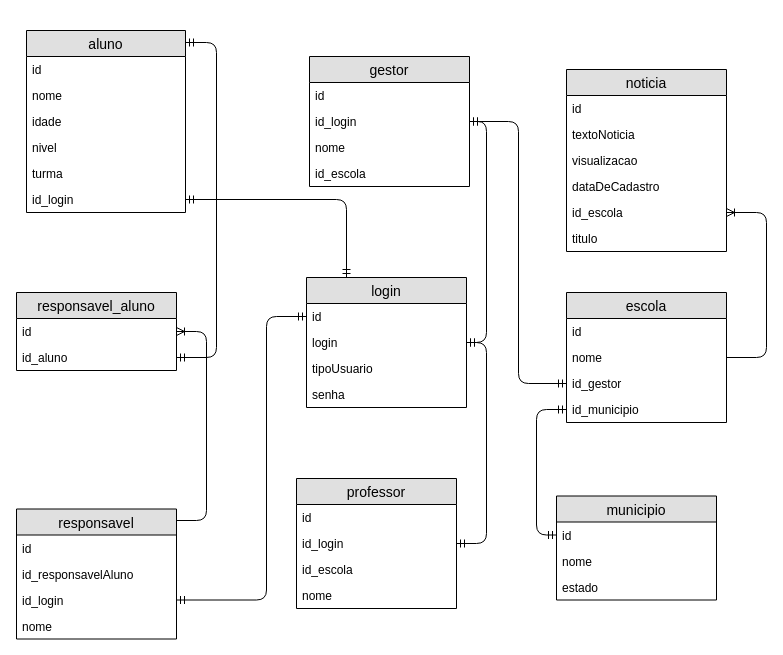
This is ModeloRelacional.drawio from juliaguardiani/diagramas, a draw.io file, before an edit. Source tidied: cells renumbered, new cells numbered last; positions are measured from the earlier drawing's top-left corner, leaving out a move shared by most shapes. Both pictures are drawn from the tidied source at 100%, with x=0, y=0 at pixel (16, 30).
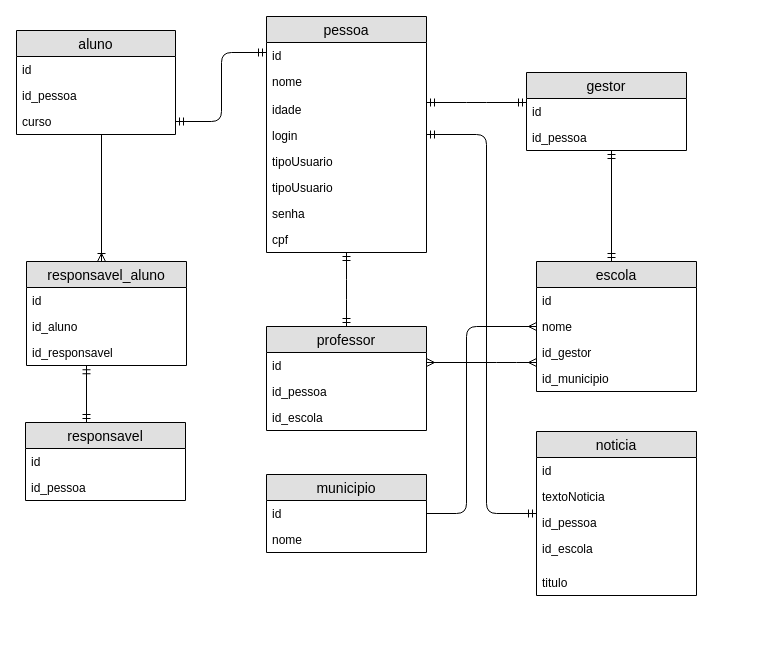
After the change.

The change refers to these unchanged cells:
```xml
<mxCell id="10" value="id_gestor" style="text;strokeColor=none;fillColor=none;spacingLeft=4;spacingRight=4;overflow=hidden;points=[[0,0.5],[1,0.5]];portConstraint=eastwest;fontSize=12;" parent="7" vertex="1">
  <mxGeometry y="78" width="160" height="26" as="geometry" />
</mxCell>
<mxCell id="11" value="id_municipio" style="text;strokeColor=none;fillColor=none;spacingLeft=4;spacingRight=4;overflow=hidden;points=[[0,0.5],[1,0.5]];portConstraint=eastwest;fontSize=12;" parent="7" vertex="1">
  <mxGeometry y="104" width="160" height="26" as="geometry" />
</mxCell>
<mxCell id="35" value="id" style="text;strokeColor=none;fillColor=none;spacingLeft=4;spacingRight=4;overflow=hidden;points=[[0,0.5],[1,0.5]];portConstraint=eastwest;fontSize=12;" parent="34" vertex="1">
  <mxGeometry y="26" width="160" height="26" as="geometry" />
</mxCell>
<mxCell id="39" value="id" style="text;strokeColor=none;fillColor=none;spacingLeft=4;spacingRight=4;overflow=hidden;points=[[0,0.5],[1,0.5]];portConstraint=eastwest;fontSize=12;" parent="38" vertex="1">
  <mxGeometry y="26" width="160" height="26" as="geometry" />
</mxCell>
<mxCell id="40" value="id_aluno" style="text;strokeColor=none;fillColor=none;spacingLeft=4;spacingRight=4;overflow=hidden;points=[[0,0.5],[1,0.5]];portConstraint=eastwest;fontSize=12;" parent="38" vertex="1">
  <mxGeometry y="52" width="160" height="26" as="geometry" />
</mxCell>
```

The edit, as a diff of the source:
```diff
@@
     <mxCell id="2" value="gestor" style="swimlane;fontStyle=0;horizontal=1;startSize=26;fillColor=#e0e0e0;swimlaneFillColor=#ffffff;align=center;fontSize=14;" parent="1" vertex="1">
-      <mxGeometry x="293" y="26" width="160" height="130" as="geometry" />
+      <mxGeometry x="510" y="42" width="160" height="78" as="geometry" />
     </mxCell>
@@
-    <mxCell id="4" value="id_login" style="text;strokeColor=none;fillColor=none;spacingLeft=4;spacingRight=4;overflow=hidden;points=[[0,0.5],[1,0.5]];portConstraint=eastwest;fontSize=12;" parent="2" vertex="1">
-      <mxGeometry y="52" width="160" height="26" as="geometry" />
-    </mxCell>
-    <mxCell id="5" value="nome" style="text;strokeColor=none;fillColor=none;spacingLeft=4;spacingRight=4;overflow=hidden;points=[[0,0.5],[1,0.5]];portConstraint=eastwest;fontSize=12;" parent="2" vertex="1">
-      <mxGeometry y="78" width="160" height="26" as="geometry" />
+    <mxCell id="5" value="id_pessoa" style="text;strokeColor=none;fillColor=none;spacingLeft=4;spacingRight=4;overflow=hidden;points=[[0,0.5],[1,0.5]];portConstraint=eastwest;fontSize=12;" parent="2" vertex="1">
+      <mxGeometry y="52" width="160" height="26" as="geometry" />
     </mxCell>
-    <mxCell id="6" value="id_escola" style="text;strokeColor=none;fillColor=none;spacingLeft=4;spacingRight=4;overflow=hidden;fontSize=12;" parent="2" vertex="1">
-      <mxGeometry y="104" width="160" height="26" as="geometry" />
-    </mxCell>
     <mxCell id="7" value="escola" style="swimlane;fontStyle=0;horizontal=1;startSize=26;fillColor=#e0e0e0;swimlaneFillColor=#ffffff;align=center;fontSize=14;" parent="1" vertex="1">
-      <mxGeometry x="550" y="262" width="160" height="130" as="geometry" />
+      <mxGeometry x="520" y="231" width="160" height="130" as="geometry" />
     </mxCell>
@@
     <mxCell id="12" value="aluno" style="swimlane;fontStyle=0;horizontal=1;startSize=26;fillColor=#e0e0e0;swimlaneFillColor=#ffffff;align=center;fontSize=14;" parent="1" vertex="1">
-      <mxGeometry x="10" width="159" height="182" as="geometry" />
+      <mxGeometry width="159" height="104" as="geometry" />
     </mxCell>
+    <mxCell id="57" style="edgeStyle=elbowEdgeStyle;fontSize=12;html=1;endArrow=ERmandOne;startArrow=ERmandOne;exitX=1;exitY=0.5;exitDx=0;exitDy=0;" parent="12" edge="1" source="16">
+      <mxGeometry relative="1" as="geometry">
+        <mxPoint x="250" y="22" as="targetPoint" />
+      </mxGeometry>
+    </mxCell>
@@
-    <mxCell id="14" value="nome" style="text;strokeColor=none;fillColor=none;spacingLeft=4;spacingRight=4;overflow=hidden;fontSize=12;" parent="12" vertex="1">
-      <mxGeometry y="52" width="159" height="26" as="geometry" />
-    </mxCell>
-    <mxCell id="15" value="idade" style="text;strokeColor=none;fillColor=none;spacingLeft=4;spacingRight=4;overflow=hidden;fontSize=12;" parent="12" vertex="1">
-      <mxGeometry y="78" width="159" height="26" as="geometry" />
-    </mxCell>
+    <mxCell id="58" value="id_pessoa" style="text;strokeColor=none;fillColor=none;spacingLeft=4;spacingRight=4;overflow=hidden;fontSize=12;" parent="12" vertex="1">
+      <mxGeometry y="52" width="159" height="26" as="geometry" />
+    </mxCell>
-    <mxCell id="16" value="nivel" style="text;strokeColor=none;fillColor=none;spacingLeft=4;spacingRight=4;overflow=hidden;points=[[0,0.5],[1,0.5]];portConstraint=eastwest;fontSize=12;" parent="12" vertex="1">
-      <mxGeometry y="104" width="159" height="26" as="geometry" />
+    <mxCell id="16" value="curso" style="text;strokeColor=none;fillColor=none;spacingLeft=4;spacingRight=4;overflow=hidden;points=[[0,0.5],[1,0.5]];portConstraint=eastwest;fontSize=12;" parent="12" vertex="1">
+      <mxGeometry y="78" width="159" height="26" as="geometry" />
     </mxCell>
-    <mxCell id="17" value="turma" style="text;strokeColor=none;fillColor=none;spacingLeft=4;spacingRight=4;overflow=hidden;fontSize=12;" parent="12" vertex="1">
-      <mxGeometry y="130" width="159" height="26" as="geometry" />
-    </mxCell>
-    <mxCell id="18" value="id_login" style="text;strokeColor=none;fillColor=none;spacingLeft=4;spacingRight=4;overflow=hidden;points=[[0,0.5],[1,0.5]];portConstraint=eastwest;fontSize=12;" parent="12" vertex="1">
-      <mxGeometry y="156" width="159" height="26" as="geometry" />
-    </mxCell>
     <mxCell id="19" value="responsavel" style="swimlane;fontStyle=0;horizontal=1;startSize=26;fillColor=#e0e0e0;swimlaneFillColor=#ffffff;align=center;fontSize=14;" parent="1" vertex="1">
-      <mxGeometry y="478.5" width="160" height="130" as="geometry" />
+      <mxGeometry x="9" y="392" width="160" height="78" as="geometry" />
     </mxCell>
@@
-    <mxCell id="21" value="id_responsavelAluno" style="text;strokeColor=none;fillColor=none;spacingLeft=4;spacingRight=4;overflow=hidden;fontSize=12;" parent="19" vertex="1">
-      <mxGeometry y="52" width="160" height="26" as="geometry" />
-    </mxCell>
-    <mxCell id="22" value="id_login" style="text;strokeColor=none;fillColor=none;spacingLeft=4;spacingRight=4;overflow=hidden;points=[[0,0.5],[1,0.5]];portConstraint=eastwest;fontSize=12;" parent="19" vertex="1">
-      <mxGeometry y="78" width="160" height="26" as="geometry" />
-    </mxCell>
-    <mxCell id="23" value="nome" style="text;strokeColor=none;fillColor=none;spacingLeft=4;spacingRight=4;overflow=hidden;fontSize=12;" parent="19" vertex="1">
-      <mxGeometry y="104" width="160" height="26" as="geometry" />
-    </mxCell>
+    <mxCell id="59" value="id_pessoa" style="text;strokeColor=none;fillColor=none;spacingLeft=4;spacingRight=4;overflow=hidden;fontSize=12;" parent="19" vertex="1">
+      <mxGeometry y="52" width="160" height="26" as="geometry" />
+    </mxCell>
     <mxCell id="24" value="professor" style="swimlane;fontStyle=0;horizontal=1;startSize=26;fillColor=#e0e0e0;swimlaneFillColor=#ffffff;align=center;fontSize=14;" parent="1" vertex="1">
-      <mxGeometry x="280" y="448" width="160" height="130" as="geometry" />
+      <mxGeometry x="250" y="296" width="160" height="104" as="geometry" />
     </mxCell>
@@
-    <mxCell id="26" value="id_login" style="text;strokeColor=none;fillColor=none;spacingLeft=4;spacingRight=4;overflow=hidden;points=[[0,0.5],[1,0.5]];portConstraint=eastwest;fontSize=12;" parent="24" vertex="1">
-      <mxGeometry y="52" width="160" height="26" as="geometry" />
-    </mxCell>
+    <mxCell id="60" value="id_pessoa" style="text;strokeColor=none;fillColor=none;spacingLeft=4;spacingRight=4;overflow=hidden;fontSize=12;" parent="24" vertex="1">
+      <mxGeometry y="52" width="160" height="26" as="geometry" />
+    </mxCell>
@@
-    <mxCell id="28" value="nome" style="text;strokeColor=none;fillColor=none;spacingLeft=4;spacingRight=4;overflow=hidden;fontSize=12;" parent="24" vertex="1">
-      <mxGeometry y="104" width="160" height="26" as="geometry" />
-    </mxCell>
-    <mxCell id="29" value="login" style="swimlane;fontStyle=0;horizontal=1;startSize=26;fillColor=#e0e0e0;swimlaneFillColor=#ffffff;align=center;fontSize=14;" parent="1" vertex="1">
-      <mxGeometry x="290" y="247" width="160" height="130" as="geometry" />
-    </mxCell>
-    <mxCell id="30" value="id" style="text;strokeColor=none;fillColor=none;spacingLeft=4;spacingRight=4;overflow=hidden;points=[[0,0.5],[1,0.5]];portConstraint=eastwest;fontSize=12;" parent="29" vertex="1">
-      <mxGeometry y="26" width="160" height="26" as="geometry" />
-    </mxCell>
-    <mxCell id="31" value="login" style="text;strokeColor=none;fillColor=none;spacingLeft=4;spacingRight=4;overflow=hidden;fontSize=12;" parent="29" vertex="1">
-      <mxGeometry y="52" width="160" height="26" as="geometry" />
-    </mxCell>
-    <mxCell id="32" value="tipoUsuario" style="text;strokeColor=none;fillColor=none;spacingLeft=4;spacingRight=4;overflow=hidden;fontSize=12;" parent="29" vertex="1">
-      <mxGeometry y="78" width="160" height="26" as="geometry" />
-    </mxCell>
-    <mxCell id="33" value="senha" style="text;strokeColor=none;fillColor=none;spacingLeft=4;spacingRight=4;overflow=hidden;fontSize=12;" parent="29" vertex="1">
-      <mxGeometry y="104" width="160" height="26" as="geometry" />
-    </mxCell>
     <mxCell id="34" value="municipio" style="swimlane;fontStyle=0;horizontal=1;startSize=26;fillColor=#e0e0e0;swimlaneFillColor=#ffffff;align=center;fontSize=14;" parent="1" vertex="1">
-      <mxGeometry x="540" y="465.5" width="160" height="104" as="geometry" />
+      <mxGeometry x="250" y="444" width="160" height="78" as="geometry" />
     </mxCell>
@@
-    <mxCell id="37" value="estado" style="text;strokeColor=none;fillColor=none;spacingLeft=4;spacingRight=4;overflow=hidden;fontSize=12;" parent="34" vertex="1">
-      <mxGeometry y="78" width="160" height="26" as="geometry" />
-    </mxCell>
     <mxCell id="38" value="responsavel_aluno" style="swimlane;fontStyle=0;horizontal=1;startSize=26;fillColor=#e0e0e0;swimlaneFillColor=#ffffff;align=center;fontSize=14;" parent="1" vertex="1">
-      <mxGeometry y="262" width="160" height="78" as="geometry" />
+      <mxGeometry x="10" y="231" width="160" height="104" as="geometry" />
     </mxCell>
@@
+    <mxCell id="61" value="id_responsavel" style="text;strokeColor=none;fillColor=none;spacingLeft=4;spacingRight=4;overflow=hidden;points=[[0,0.5],[1,0.5]];portConstraint=eastwest;fontSize=12;" parent="38" vertex="1">
+      <mxGeometry y="78" width="160" height="26" as="geometry" />
+    </mxCell>
     <mxCell id="41" value="noticia" style="swimlane;fontStyle=0;horizontal=1;startSize=26;fillColor=#e0e0e0;swimlaneFillColor=#ffffff;align=center;fontSize=14;" parent="1" vertex="1">
-      <mxGeometry x="550" y="39" width="160" height="182" as="geometry" />
+      <mxGeometry x="520" y="401" width="160" height="164" as="geometry" />
     </mxCell>
@@
-    <mxCell id="44" value="visualizacao" style="text;strokeColor=none;fillColor=none;spacingLeft=4;spacingRight=4;overflow=hidden;fontSize=12;" parent="41" vertex="1">
-      <mxGeometry y="78" width="160" height="26" as="geometry" />
-    </mxCell>
-    <mxCell id="45" value="dataDeCadastro" style="text;strokeColor=none;fillColor=none;spacingLeft=4;spacingRight=4;overflow=hidden;fontSize=12;" parent="41" vertex="1">
-      <mxGeometry y="104" width="160" height="26" as="geometry" />
+    <mxCell id="45" value="id_pessoa" style="text;strokeColor=none;fillColor=none;spacingLeft=4;spacingRight=4;overflow=hidden;fontSize=12;" parent="41" vertex="1">
+      <mxGeometry y="78" width="160" height="26" as="geometry" />
     </mxCell>
     <mxCell id="46" value="id_escola" style="text;strokeColor=none;fillColor=none;spacingLeft=4;spacingRight=4;overflow=hidden;points=[[0,0.5],[1,0.5]];portConstraint=eastwest;fontSize=12;" parent="41" vertex="1">
-      <mxGeometry y="130" width="160" height="26" as="geometry" />
+      <mxGeometry y="104" width="160" height="34" as="geometry" />
     </mxCell>
     <mxCell id="47" value="titulo" style="text;strokeColor=none;fillColor=none;spacingLeft=4;spacingRight=4;overflow=hidden;fontSize=12;" parent="41" vertex="1">
-      <mxGeometry y="156" width="160" height="26" as="geometry" />
+      <mxGeometry y="138" width="160" height="26" as="geometry" />
     </mxCell>
-    <mxCell id="48" style="edgeStyle=elbowEdgeStyle;fontSize=12;html=1;endArrow=ERmandOne;startArrow=ERmandOne;exitX=1;exitY=0.5;exitDx=0;exitDy=0;" parent="1" edge="1" source="40" target="12">
-      <mxGeometry relative="1" as="geometry">
-        <Array as="points">
-          <mxPoint x="200" y="12" />
-          <mxPoint x="210" y="162" />
-          <mxPoint x="180" y="252" />
-        </Array>
-      </mxGeometry>
-    </mxCell>
-    <mxCell id="49" style="edgeStyle=entityRelationEdgeStyle;fontSize=12;html=1;endArrow=ERoneToMany;" parent="1" edge="1" target="39">
-      <mxGeometry relative="1" as="geometry">
-        <mxPoint x="160" y="490" as="sourcePoint" />
-      </mxGeometry>
-    </mxCell>
-    <mxCell id="50" style="edgeStyle=elbowEdgeStyle;fontSize=12;html=1;endArrow=ERmandOne;startArrow=ERmandOne;entryX=0;entryY=0.5;entryDx=0;entryDy=0;" parent="1" edge="1" source="22" target="30">
-      <mxGeometry relative="1" as="geometry">
-        <Array as="points">
-          <mxPoint x="250" y="322" />
-        </Array>
-      </mxGeometry>
-    </mxCell>
-    <mxCell id="51" style="edgeStyle=orthogonalEdgeStyle;fontSize=12;html=1;endArrow=ERmandOne;startArrow=ERmandOne;exitX=0.25;exitY=0;exitDx=0;exitDy=0;" parent="1" edge="1" source="29" target="18">
-      <mxGeometry relative="1" as="geometry" />
-    </mxCell>
-    <mxCell id="52" style="edgeStyle=elbowEdgeStyle;fontSize=12;html=1;endArrow=ERmandOne;startArrow=ERmandOne;" parent="1" edge="1" source="26" target="29">
-      <mxGeometry relative="1" as="geometry">
-        <Array as="points">
-          <mxPoint x="470" y="412" />
-          <mxPoint x="400" y="532" />
-        </Array>
-      </mxGeometry>
-    </mxCell>
-    <mxCell id="53" style="edgeStyle=elbowEdgeStyle;fontSize=12;html=1;endArrow=ERmandOne;startArrow=ERmandOne;" parent="1" edge="1" source="29" target="4">
-      <mxGeometry relative="1" as="geometry">
-        <Array as="points">
-          <mxPoint x="470" y="192" />
-        </Array>
-      </mxGeometry>
-    </mxCell>
-    <mxCell id="54" style="edgeStyle=elbowEdgeStyle;fontSize=12;html=1;endArrow=ERmandOne;startArrow=ERmandOne;exitX=0;exitY=0.5;exitDx=0;exitDy=0;" parent="1" edge="1" source="35" target="11">
-      <mxGeometry relative="1" as="geometry">
-        <Array as="points">
-          <mxPoint x="520" y="402" />
-          <mxPoint x="600" y="482" />
-        </Array>
-      </mxGeometry>
-    </mxCell>
-    <mxCell id="55" style="edgeStyle=elbowEdgeStyle;fontSize=12;html=1;endArrow=ERoneToMany;" parent="1" edge="1" source="7" target="46">
-      <mxGeometry relative="1" as="geometry">
-        <Array as="points">
-          <mxPoint x="750" y="222" />
-        </Array>
-      </mxGeometry>
-    </mxCell>
-    <mxCell id="56" style="edgeStyle=elbowEdgeStyle;fontSize=12;html=1;endArrow=ERmandOne;startArrow=ERmandOne;" parent="1" edge="1" source="2" target="10">
-      <mxGeometry relative="1" as="geometry" />
-    </mxCell>
+    <mxCell id="62" value="pessoa" style="swimlane;fontStyle=0;horizontal=1;startSize=26;fillColor=#e0e0e0;swimlaneFillColor=#ffffff;align=center;fontSize=14;" parent="1" vertex="1">
+      <mxGeometry x="250" y="-14" width="160" height="236" as="geometry" />
+    </mxCell>
+    <mxCell id="30" value="id" style="text;strokeColor=none;fillColor=none;spacingLeft=4;spacingRight=4;overflow=hidden;points=[[0,0.5],[1,0.5]];portConstraint=eastwest;fontSize=12;" parent="62" vertex="1">
+      <mxGeometry y="26" width="160" height="26" as="geometry" />
+    </mxCell>
+    <mxCell id="63" value="nome" style="text;strokeColor=none;fillColor=none;spacingLeft=4;spacingRight=4;overflow=hidden;fontSize=12;" parent="62" vertex="1">
+      <mxGeometry y="52" width="160" height="28" as="geometry" />
+    </mxCell>
+    <mxCell id="15" value="idade" style="text;strokeColor=none;fillColor=none;spacingLeft=4;spacingRight=4;overflow=hidden;fontSize=12;" parent="62" vertex="1">
+      <mxGeometry y="80" width="160" height="26" as="geometry" />
+    </mxCell>
+    <mxCell id="31" value="login" style="text;strokeColor=none;fillColor=none;spacingLeft=4;spacingRight=4;overflow=hidden;fontSize=12;" parent="62" vertex="1">
+      <mxGeometry y="106" width="160" height="26" as="geometry" />
+    </mxCell>
+    <mxCell id="64" value="tipoUsuario" style="text;strokeColor=none;fillColor=none;spacingLeft=4;spacingRight=4;overflow=hidden;fontSize=12;" parent="62" vertex="1">
+      <mxGeometry y="132" width="160" height="26" as="geometry" />
+    </mxCell>
+    <mxCell id="65" value="tipoUsuario" style="text;strokeColor=none;fillColor=none;spacingLeft=4;spacingRight=4;overflow=hidden;fontSize=12;" parent="62" vertex="1">
+      <mxGeometry y="158" width="160" height="26" as="geometry" />
+    </mxCell>
+    <mxCell id="33" value="senha" style="text;strokeColor=none;fillColor=none;spacingLeft=4;spacingRight=4;overflow=hidden;fontSize=12;" parent="62" vertex="1">
+      <mxGeometry y="184" width="160" height="26" as="geometry" />
+    </mxCell>
+    <mxCell id="66" value="cpf" style="text;strokeColor=none;fillColor=none;spacingLeft=4;spacingRight=4;overflow=hidden;points=[[0,0.5],[1,0.5]];portConstraint=eastwest;fontSize=12;" parent="62" vertex="1">
+      <mxGeometry y="210" width="160" height="26" as="geometry" />
+    </mxCell>
+    <mxCell id="67" style="edgeStyle=elbowEdgeStyle;fontSize=12;html=1;endArrow=ERoneToMany;" parent="1" edge="1" source="16" target="38">
+      <mxGeometry relative="1" as="geometry" />
+    </mxCell>
+    <mxCell id="68" style="edgeStyle=elbowEdgeStyle;fontSize=12;html=1;endArrow=ERmandOne;startArrow=ERmandOne;entryX=0.373;entryY=1.01;entryDx=0;entryDy=0;entryPerimeter=0;" parent="1" edge="1" source="19" target="61">
+      <mxGeometry relative="1" as="geometry" />
+    </mxCell>
+    <mxCell id="69" style="edgeStyle=elbowEdgeStyle;fontSize=12;html=1;endArrow=ERmandOne;startArrow=ERmandOne;" parent="1" edge="1" source="24" target="66">
+      <mxGeometry relative="1" as="geometry" />
+    </mxCell>
+    <mxCell id="70" style="edgeStyle=elbowEdgeStyle;fontSize=12;html=1;endArrow=ERmandOne;startArrow=ERmandOne;" parent="1" edge="1" source="62" target="2">
+      <mxGeometry relative="1" as="geometry">
+        <Array as="points">
+          <mxPoint x="460" y="72" />
+        </Array>
+      </mxGeometry>
+    </mxCell>
+    <mxCell id="71" style="edgeStyle=elbowEdgeStyle;fontSize=12;html=1;endArrow=ERmandOne;startArrow=ERmandOne;" parent="1" edge="1" source="7" target="5">
+      <mxGeometry relative="1" as="geometry" />
+    </mxCell>
+    <mxCell id="72" style="edgeStyle=elbowEdgeStyle;fontSize=12;html=1;endArrow=ERmandOne;startArrow=ERmandOne;" parent="1" edge="1" source="41" target="62">
+      <mxGeometry relative="1" as="geometry">
+        <Array as="points">
+          <mxPoint x="470" y="292" />
+        </Array>
+      </mxGeometry>
+    </mxCell>
+    <mxCell id="73" style="edgeStyle=elbowEdgeStyle;fontSize=12;html=1;endArrow=ERmany;" parent="1" edge="1" source="34" target="7">
+      <mxGeometry relative="1" as="geometry">
+        <Array as="points">
+          <mxPoint x="450" y="382" />
+        </Array>
+      </mxGeometry>
+    </mxCell>
+    <mxCell id="74" style="edgeStyle=elbowEdgeStyle;fontSize=12;html=1;endArrow=ERmany;startArrow=ERmany;" parent="1" edge="1" source="24" target="7">
+      <mxGeometry relative="1" as="geometry">
+        <Array as="points">
+          <mxPoint x="490" y="332" />
+        </Array>
+      </mxGeometry>
+    </mxCell>
```
